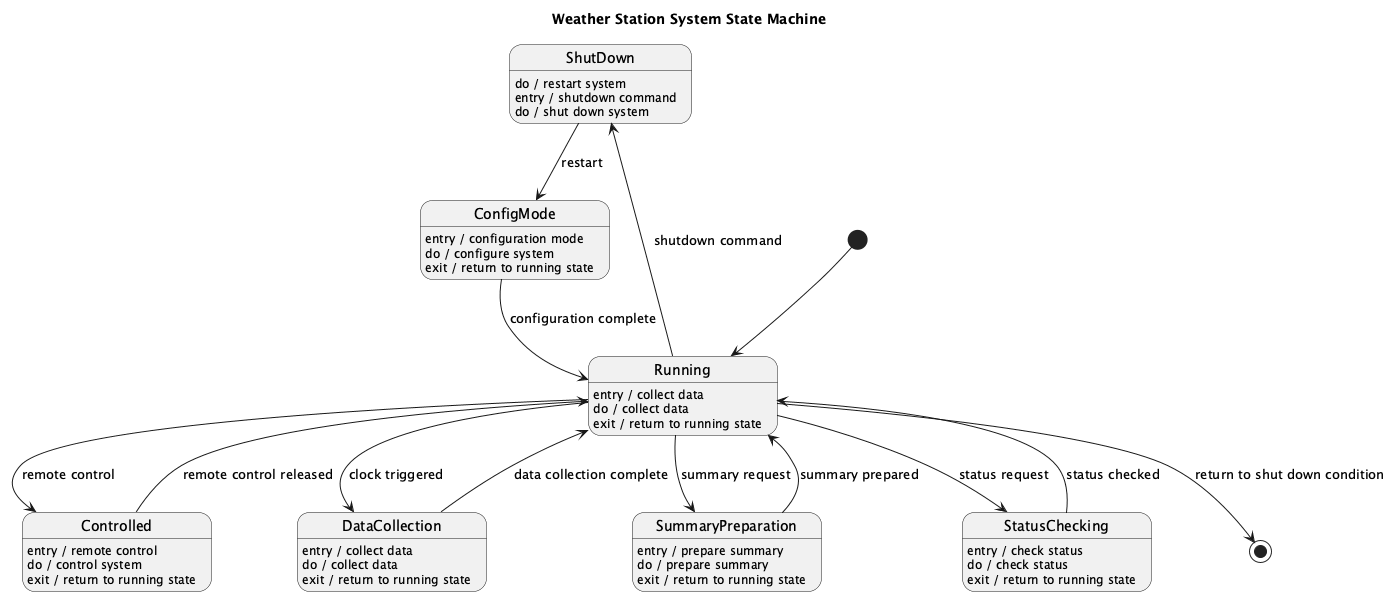
This is human_evaluation_missing_syntax_grounded/case_54_weather_station_system/diagram_A.png from maimunafaria/State_transition_Diagram_generated_by_LLM, a PlantUML export, as it was before one commit.
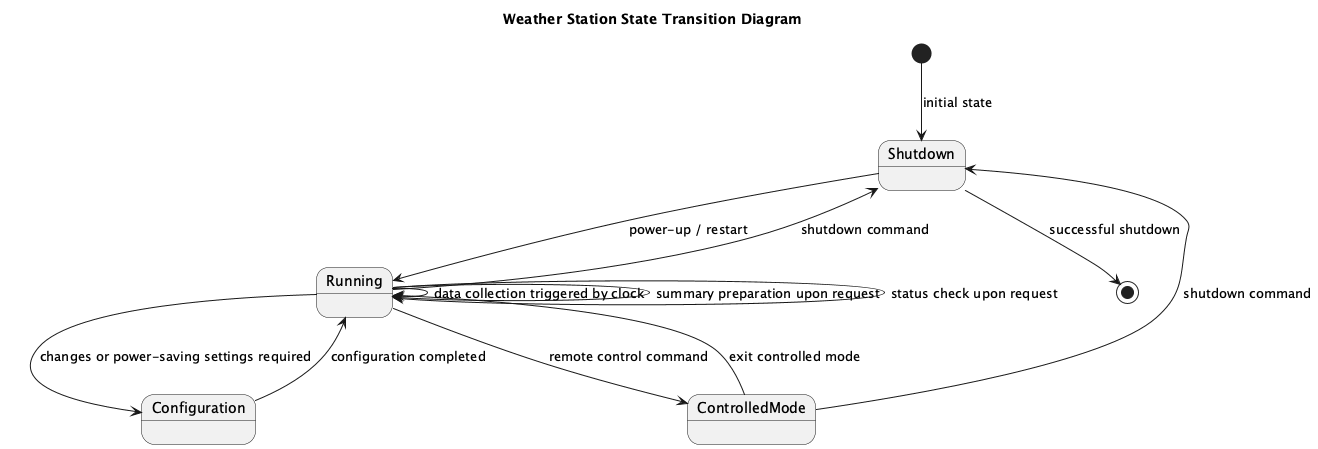
After the change.

The edit, as a diff of the source:
```diff
@@ -1,55 +1,27 @@
 @startuml
-title Weather Station System State Machine
+title Weather Station State Transition Diagram
 
-[*] --> Running
-state ShutDown
-ShutDown : do / restart system
+state Shutdown
+state Running
+state Configuration
+state ControlledMode
 
-state ConfigMode
-ConfigMode : entry / configuration mode
-ConfigMode : do / configure system
-ConfigMode : exit / return to running state
+[*] --> Shutdown : initial state
 
-state Running
-Running : entry / collect data
-Running : do / collect data
-Running : exit / return to running state
+Shutdown --> Running : power-up / restart
 
-state Controlled
-Controlled : entry / remote control
-Controlled : do / control system
-Controlled : exit / return to running state
+Running --> Configuration : changes or power-saving settings required
+Running --> ControlledMode : remote control command
+Running --> Shutdown : shutdown command
 
-state ShutDown
-ShutDown : entry / shutdown command
-ShutDown : do / shut down system
+Configuration --> Running : configuration completed
 
-state DataCollection
-DataCollection : entry / collect data
-DataCollection : do / collect data
-DataCollection : exit / return to running state
+Running --> Running : data collection triggered by clock
+Running --> Running : summary preparation upon request
+Running --> Running : status check upon request
 
-state SummaryPreparation
-SummaryPreparation : entry / prepare summary
-SummaryPreparation : do / prepare summary
-SummaryPreparation : exit / return to running state
+ControlledMode --> Running : exit controlled mode
+ControlledMode --> Shutdown : shutdown command
 
-state StatusChecking
-StatusChecking : entry / check status
-StatusChecking : do / check status
-StatusChecking : exit / return to running state
-
-ShutDown --> ConfigMode : restart
-ConfigMode --> Running : configuration complete
-Running --> DataCollection : clock triggered
-DataCollection --> Running : data collection complete
-Running --> SummaryPreparation : summary request
-SummaryPreparation --> Running : summary prepared
-Running --> StatusChecking : status request
-StatusChecking --> Running : status checked
-Running --> Controlled : remote control
-Controlled --> Running : remote control released
-Running --> ShutDown : shutdown command
-
-Running --> [*] : return to shut down condition
+Shutdown --> [*] : successful shutdown
 @enduml
```
